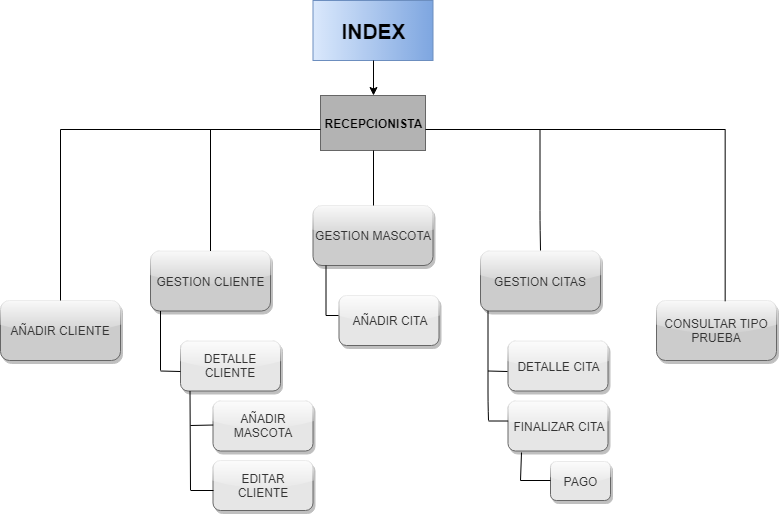
Above: MEMORIA/UML Diagrama/UML_Rol_Recepcionista.png in poyatos/VITAL-PET (draw.io), before the change. Source tidied: cells renumbered, new cells last; positions are measured from the earlier drawing's top-left corner, leaving out a move shared by most shapes.
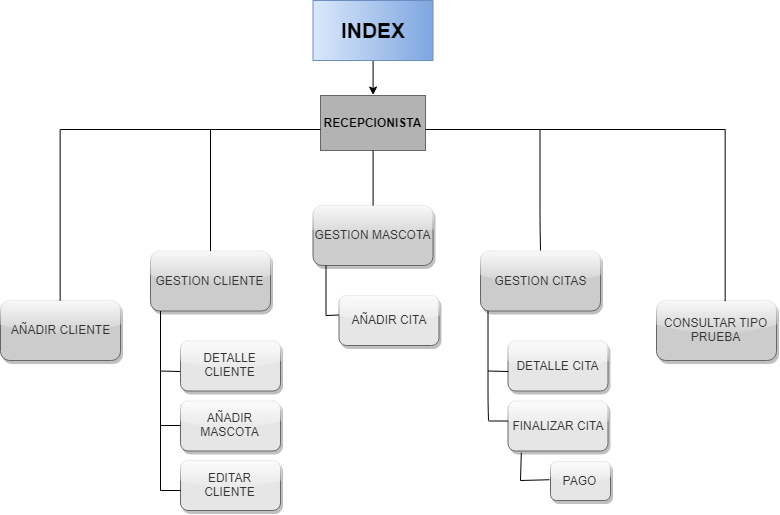
The same file after the commit.

Change to the diagram source:
```diff
@@ -63,10 +63,10 @@
       <mxGeometry x="180" y="340.5" width="100" height="50" as="geometry" />
     </mxCell>
     <mxCell id="18" value="AÑADIR MASCOTA" style="rounded=1;whiteSpace=wrap;html=1;fillColor=#E6E6E6;strokeColor=#666666;fontColor=#333333;glass=1;shadow=1;" parent="1" vertex="1">
-      <mxGeometry x="212.5" y="400.5" width="100" height="50" as="geometry" />
+      <mxGeometry x="180" y="400.5" width="100" height="50" as="geometry" />
     </mxCell>
     <mxCell id="19" value="EDITAR CLIENTE" style="rounded=1;whiteSpace=wrap;html=1;fillColor=#E6E6E6;strokeColor=#666666;fontColor=#333333;glass=1;shadow=1;" parent="1" vertex="1">
-      <mxGeometry x="212.5" y="460" width="100" height="50" as="geometry" />
+      <mxGeometry x="180" y="460" width="100" height="50" as="geometry" />
     </mxCell>
     <mxCell id="20" style="endArrow=none;html=1;" parent="1" edge="1">
       <mxGeometry relative="1" as="geometry">
@@ -79,15 +79,16 @@
         <mxPoint x="160" y="370.5" as="targetPoint" />
       </mxGeometry>
     </mxCell>
-    <mxCell id="22" style="endArrow=none;html=1;exitX=-0.002;exitY=0.6;exitDx=0;exitDy=0;exitPerimeter=0;" parent="1" edge="1">
+    <mxCell id="22" style="endArrow=none;html=1;" parent="1" edge="1">
       <mxGeometry relative="1" as="geometry">
-        <mxPoint x="212.7" y="424.5" as="sourcePoint" />
-        <mxPoint x="190" y="425" as="targetPoint" />
+        <mxPoint x="180" y="425" as="sourcePoint" />
+        <mxPoint x="160" y="425" as="targetPoint" />
       </mxGeometry>
     </mxCell>
-    <mxCell id="23" style="endArrow=none;html=1;exitX=0.005;exitY=0.601;exitDx=0;exitDy=0;exitPerimeter=0;" parent="1" edge="1" source="19">
+    <mxCell id="23" style="endArrow=none;html=1;" parent="1" edge="1">
       <mxGeometry relative="1" as="geometry">
-        <mxPoint x="190.5" y="490" as="targetPoint" />
+        <mxPoint x="180" y="490" as="sourcePoint" />
+        <mxPoint x="160" y="490" as="targetPoint" />
       </mxGeometry>
     </mxCell>
     <mxCell id="24" value="AÑADIR CITA" style="rounded=1;whiteSpace=wrap;html=1;fillColor=#E6E6E6;strokeColor=#666666;fontColor=#333333;glass=1;shadow=1;" parent="1" vertex="1">
@@ -149,10 +150,10 @@
         <mxPoint x="520" y="480" as="targetPoint" />
       </mxGeometry>
     </mxCell>
-    <mxCell id="36" style="endArrow=none;html=1;entryX=0.935;entryY=0.625;entryDx=0;entryDy=0;entryPerimeter=0;" parent="1" edge="1">
+    <mxCell id="36" style="endArrow=none;html=1;" parent="1" edge="1">
       <mxGeometry relative="1" as="geometry">
-        <mxPoint x="190" y="490" as="sourcePoint" />
-        <mxPoint x="189.5" y="390.5" as="targetPoint" />
+        <mxPoint x="160" y="490" as="sourcePoint" />
+        <mxPoint x="160" y="370" as="targetPoint" />
       </mxGeometry>
     </mxCell>
   </root>
```
